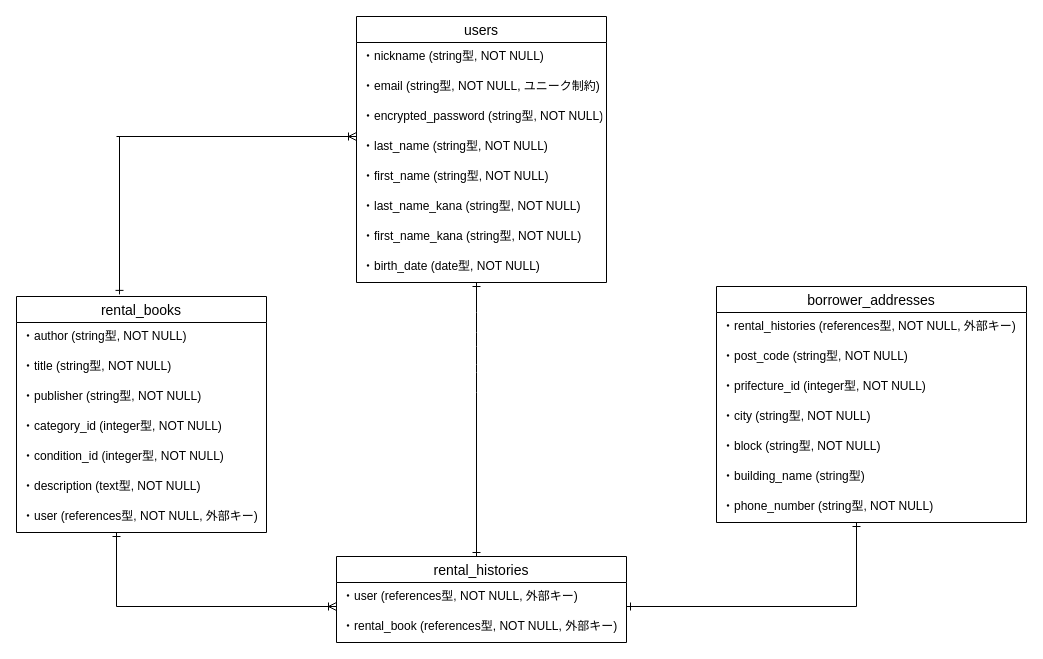
Earlier version of the draw.io diagram honta.dio (sin-bit0731/honta). Source tidied: cells renumbered, new cells numbered last; positions are measured from the earlier drawing's top-left corner, leaving out a move shared by most shapes. Both pictures are drawn from the tidied source at 100%, with x=0, y=0 at pixel (16, 16).
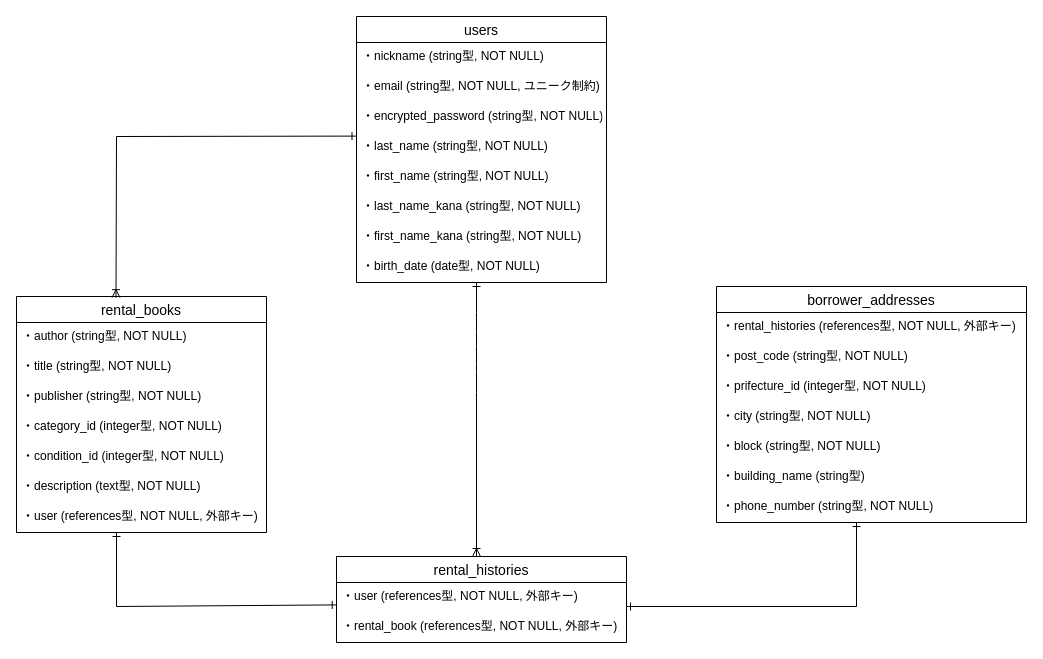
After the change.

The change refers to these unchanged cells:
```xml
<mxCell id="6" value="・last_name (string型, NOT NULL)" style="text;strokeColor=none;fillColor=none;spacingLeft=4;spacingRight=4;overflow=hidden;points=[[0,0.5],[1,0.5]];portConstraint=eastwest;fontSize=12;" parent="2" vertex="1">
  <mxGeometry y="116" width="250" height="30" as="geometry" />
</mxCell>
<mxCell id="11" value="rental_books" style="swimlane;fontStyle=0;horizontal=1;startSize=26;align=center;fontSize=14;html=0;" parent="1" vertex="1">
  <mxGeometry y="280" width="250" height="236" as="geometry" />
</mxCell>
<mxCell id="20" value="・user (references型, NOT NULL, 外部キー)" style="text;strokeColor=none;fillColor=none;spacingLeft=4;spacingRight=4;overflow=hidden;points=[[0,0.5],[1,0.5]];portConstraint=eastwest;fontSize=12;html=0;" parent="19" vertex="1">
  <mxGeometry y="26" width="290" height="30" as="geometry" />
</mxCell>
```

Change to the diagram source:
```diff
@@
-    <mxCell id="30" style="fontSize=12;html=1;endArrow=ERone;endFill=1;entryX=0.412;entryY=-0.009;entryDx=0;entryDy=0;entryPerimeter=0;" parent="1" edge="1" target="11">
-      <mxGeometry relative="1" as="geometry">
-        <mxPoint x="103" y="120" as="sourcePoint" />
-      </mxGeometry>
-    </mxCell>
-    <mxCell id="31" style="fontSize=12;html=1;endArrow=ERoneToMany;" parent="1" edge="1">
-      <mxGeometry relative="1" as="geometry">
-        <mxPoint x="100" y="120" as="sourcePoint" />
-        <mxPoint x="340" y="120" as="targetPoint" />
-      </mxGeometry>
-    </mxCell>
@@
-    <mxCell id="33" style="fontSize=12;html=1;endArrow=ERoneToMany;" parent="1" edge="1">
-      <mxGeometry relative="1" as="geometry">
-        <mxPoint x="100" y="590" as="sourcePoint" />
-        <mxPoint x="320" y="590" as="targetPoint" />
-      </mxGeometry>
-    </mxCell>
@@
-    <mxCell id="35" style="fontSize=12;html=1;endArrow=ERone;endFill=1;" parent="1" edge="1">
-      <mxGeometry relative="1" as="geometry">
-        <mxPoint x="460" y="400" as="sourcePoint" />
-        <mxPoint x="460" y="540" as="targetPoint" />
-      </mxGeometry>
-    </mxCell>
@@
+    <mxCell id="38" style="fontSize=12;html=1;endArrow=ERone;endFill=1;entryX=-0.002;entryY=0.12;entryDx=0;entryDy=0;entryPerimeter=0;" parent="1" edge="1" target="6">
+      <mxGeometry relative="1" as="geometry">
+        <mxPoint x="100" y="120" as="sourcePoint" />
+      </mxGeometry>
+    </mxCell>
+    <mxCell id="39" style="fontSize=12;html=1;endArrow=ERoneToMany;entryX=0.398;entryY=0.005;entryDx=0;entryDy=0;entryPerimeter=0;" parent="1" edge="1" target="11">
+      <mxGeometry relative="1" as="geometry">
+        <mxPoint x="100" y="120" as="sourcePoint" />
+      </mxGeometry>
+    </mxCell>
+    <mxCell id="40" style="fontSize=12;html=1;endArrow=ERoneToMany;" parent="1" edge="1">
+      <mxGeometry relative="1" as="geometry">
+        <mxPoint x="460" y="400" as="sourcePoint" />
+        <mxPoint x="460" y="540" as="targetPoint" />
+      </mxGeometry>
+    </mxCell>
+    <mxCell id="41" style="fontSize=12;html=1;endArrow=ERone;endFill=1;entryX=-0.001;entryY=0.747;entryDx=0;entryDy=0;entryPerimeter=0;" parent="1" edge="1" target="20">
+      <mxGeometry relative="1" as="geometry">
+        <mxPoint x="100" y="590" as="sourcePoint" />
+      </mxGeometry>
+    </mxCell>
```
